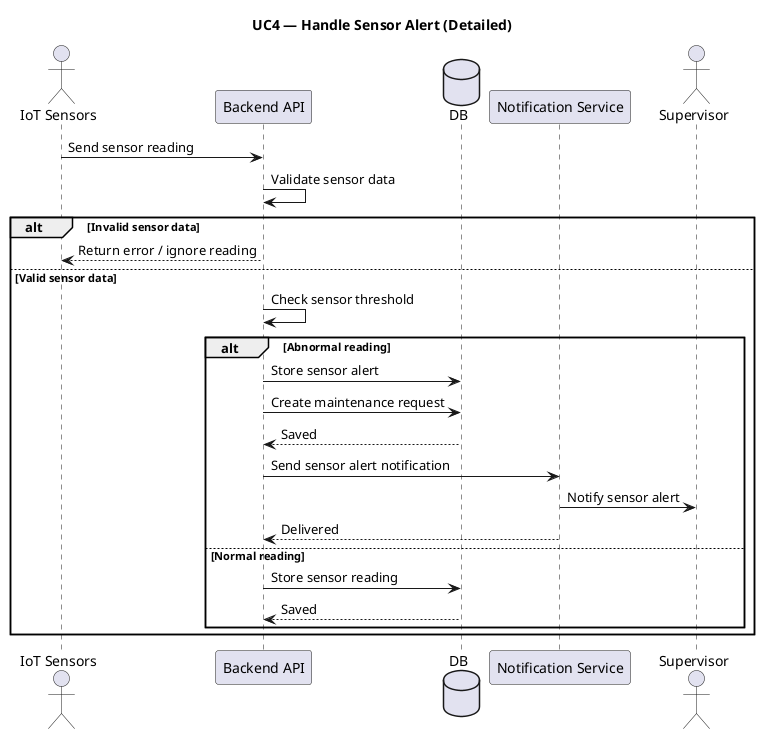
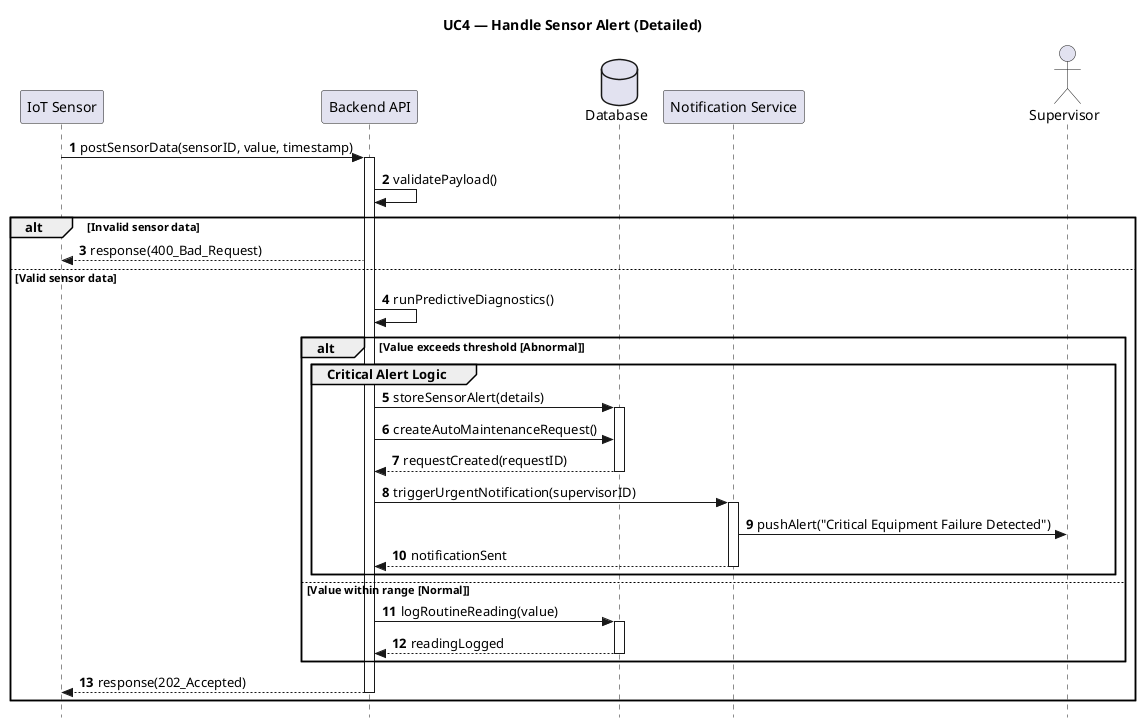
- @startuml
+ @startuml UC4_Detailed_Predictive_Refined
title UC4 — Handle Sensor Alert (Detailed)

- actor "IoT Sensors" as IoT
+ autonumber
+ skinparam Style strictuml
+ 
+ participant "IoT Sensor" as IoT
participant "Backend API" as API
- database "DB" as DB
+ database "Database" as DB
participant "Notification Service" as Notif
actor "Supervisor" as Supervisor

- IoT -> API : Send sensor reading
- API -> API : Validate sensor data
+ IoT -> API : postSensorData(sensorID, value, timestamp)
+ activate API
+ 
+ API -> API : validatePayload()

alt Invalid sensor data
-     API --> IoT : Return error / ignore reading
+     API --> IoT : response(400_Bad_Request)
else Valid sensor data
-     API -> API : Check sensor threshold
+     API -> API : runPredictiveDiagnostics()

-     alt Abnormal reading
-         API -> DB : Store sensor alert
-         API -> DB : Create maintenance request
-         DB --> API : Saved
+     alt Value exceeds threshold [Abnormal]
+         group Critical Alert Logic
+             API -> DB : storeSensorAlert(details)
+             activate DB
+             API -> DB : createAutoMaintenanceRequest()
+             DB --> API : requestCreated(requestID)
+             deactivate DB

-         API -> Notif : Send sensor alert notification
-         Notif -> Supervisor : Notify sensor alert
-         Notif --> API : Delivered
-     else Normal reading
-         API -> DB : Store sensor reading
-         DB --> API : Saved
+             API -> Notif : triggerUrgentNotification(supervisorID)
+             activate Notif
+             Notif -> Supervisor : pushAlert("Critical Equipment Failure Detected")
+             Notif --> API : notificationSent
+             deactivate Notif
+         end
+     else Value within range [Normal]
+         API -> DB : logRoutineReading(value)
+         activate DB
+         DB --> API : readingLogged
+         deactivate DB
    end
+ 
+     API --> IoT : response(202_Accepted)
+     deactivate API
end

@enduml